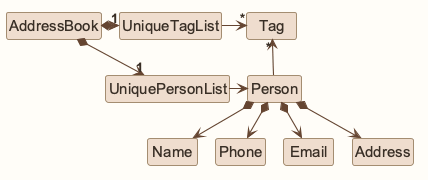
AY2627S1-CS2103T-W12-1/tp keeps this PlantUML diagram as images/BetterModelClassDiagram.png. Above is the earlier version. The source it was exported from:
```plantuml
@startuml
!pragma layout smetana
!include style.puml
skinparam arrowThickness 1.1
skinparam arrowColor MODEL_COLOR_T4
skinparam classBackgroundColor MODEL_COLOR

AddressBook *-right-> "1" UniquePersonList
AddressBook *-right-> "1" UniqueTagList
UniqueTagList -[hidden]down- UniquePersonList
UniqueTagList -[hidden]down- UniquePersonList

UniqueTagList -right-> "*" Tag
UniquePersonList -right-> Person

Person -up-> "*" Tag

Person *--> Name
Person *--> Phone
Person *--> Email
Person *--> Address
@enduml
```
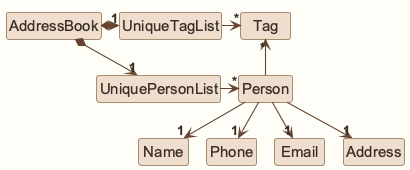
After the change.

The edit, as a diff of the source:
```diff
@@ -8,15 +8,14 @@
 AddressBook *-right-> "1" UniquePersonList
 AddressBook *-right-> "1" UniqueTagList
 UniqueTagList -[hidden]down- UniquePersonList
-UniqueTagList -[hidden]down- UniquePersonList
 
 UniqueTagList -right-> "*" Tag
-UniquePersonList -right-> Person
+UniquePersonList -right-> "*" Person
 
 Person -up-> "*" Tag
 
-Person *--> Name
-Person *--> Phone
-Person *--> Email
-Person *--> Address
+Person --> "1" Name
+Person --> "1" Phone
+Person --> "1" Email
+Person --> "1" Address
 @enduml
```
